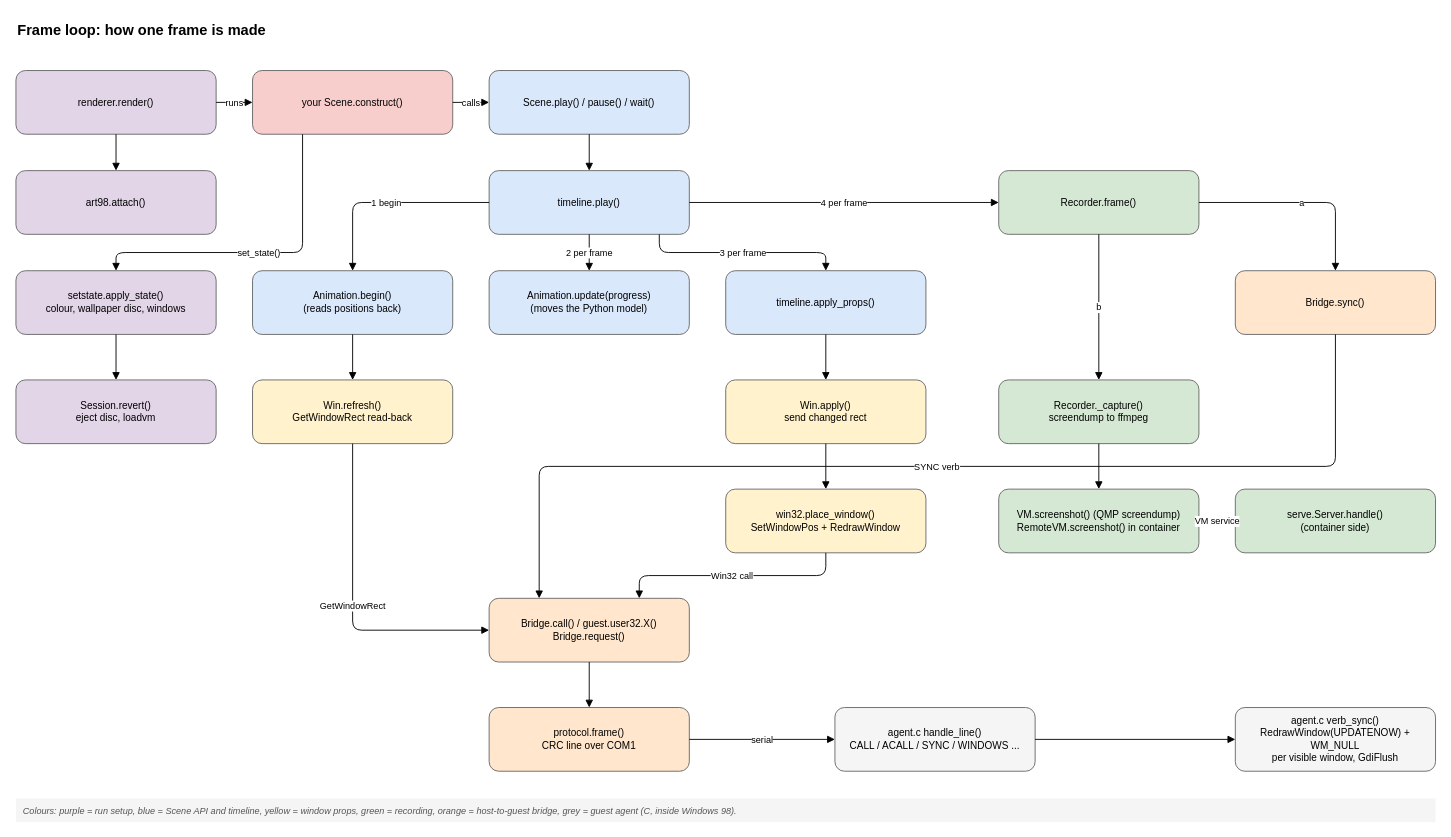
StanLukuvka/98artware keeps this draw.io diagram as page "Frame loop (overview)" (1 of 10) of docs/diagrams/function-tree.drawio. Above is the earlier version. Source tidied: cells renumbered, new cells numbered last; positions are measured from the earlier drawing's top-left corner, leaving out a move shared by most shapes. Both pictures are drawn from the tidied source at 91%, with x=0, y=0 at pixel (15, 15).
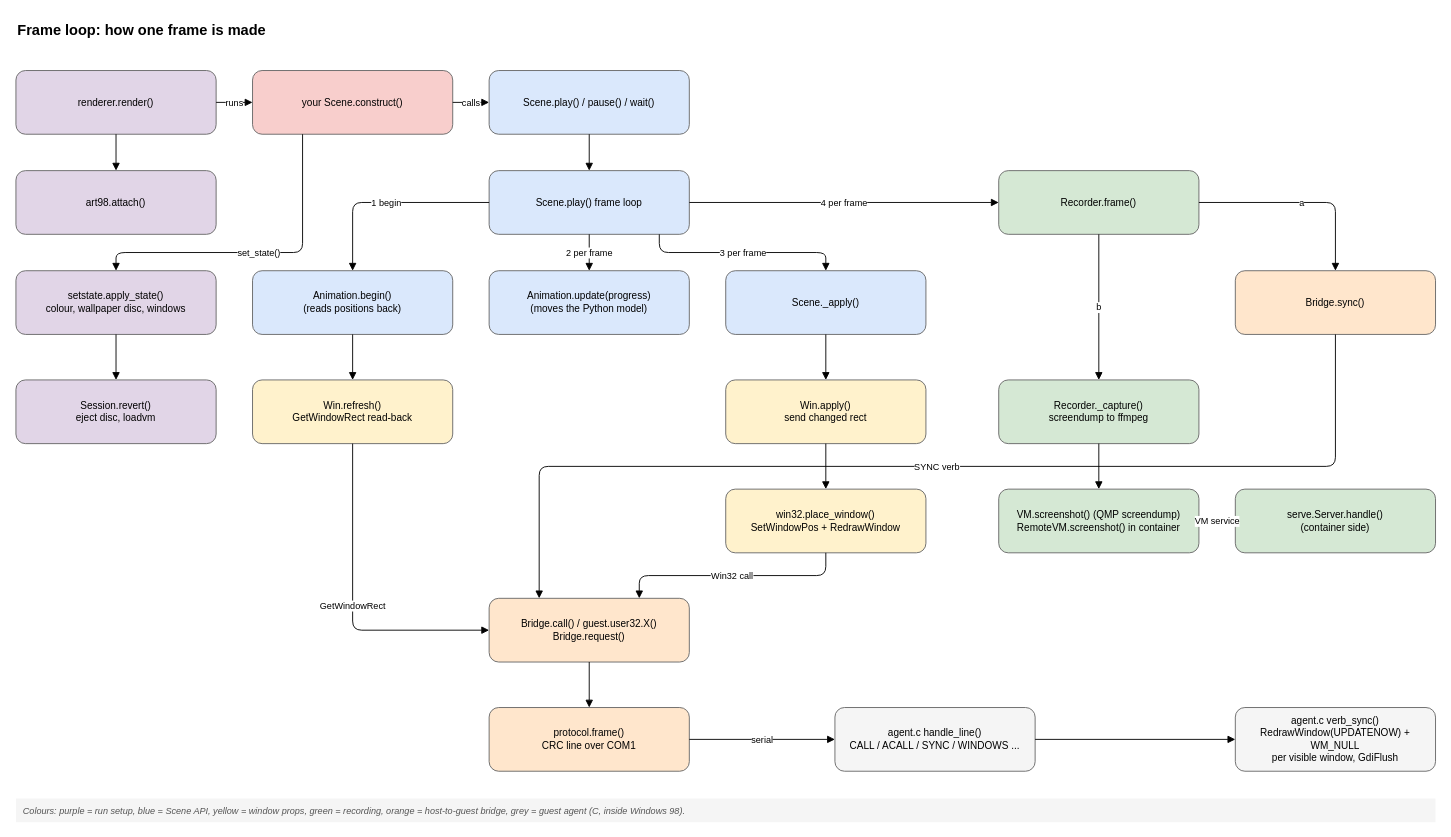
After the change.

Diff of the diagram source:
```diff
@@
-    <mxCell id="7" value="timeline.play()" style="rounded=1;whiteSpace=wrap;html=1;fillColor=#dae8fc;strokeColor=#666666;fontSize=11;" parent="1" vertex="1">
+    <mxCell id="7" value="Scene.play() frame loop" style="rounded=1;whiteSpace=wrap;html=1;fillColor=#dae8fc;strokeColor=#666666;fontSize=11;" parent="1" vertex="1">
       <mxGeometry x="520" y="170" width="220" height="70" as="geometry" />
     </mxCell>
@@
-    <mxCell id="10" value="timeline.apply_props()" style="rounded=1;whiteSpace=wrap;html=1;fillColor=#dae8fc;strokeColor=#666666;fontSize=11;" parent="1" vertex="1">
+    <mxCell id="10" value="Scene._apply()" style="rounded=1;whiteSpace=wrap;html=1;fillColor=#dae8fc;strokeColor=#666666;fontSize=11;" parent="1" vertex="1">
       <mxGeometry x="780" y="280" width="220" height="70" as="geometry" />
     </mxCell>
@@
-    <mxCell id="48" value="Colours: purple = run setup, blue = Scene API and timeline, yellow = window props, green = recording, orange = host-to-guest bridge, grey = guest agent (C, inside Windows 98)." style="text;html=1;align=left;verticalAlign=middle;spacingLeft=6;fontSize=10;fontStyle=2;fontColor=#555555;strokeColor=none;fillColor=#f5f5f5;" parent="1" vertex="1">
+    <mxCell id="48" value="Colours: purple = run setup, blue = Scene API, yellow = window props, green = recording, orange = host-to-guest bridge, grey = guest agent (C, inside Windows 98)." style="text;html=1;align=left;verticalAlign=middle;spacingLeft=6;fontSize=10;fontStyle=2;fontColor=#555555;strokeColor=none;fillColor=#f5f5f5;" parent="1" vertex="1">
       <mxGeometry y="860" width="1560" height="26" as="geometry" />
     </mxCell>
```
